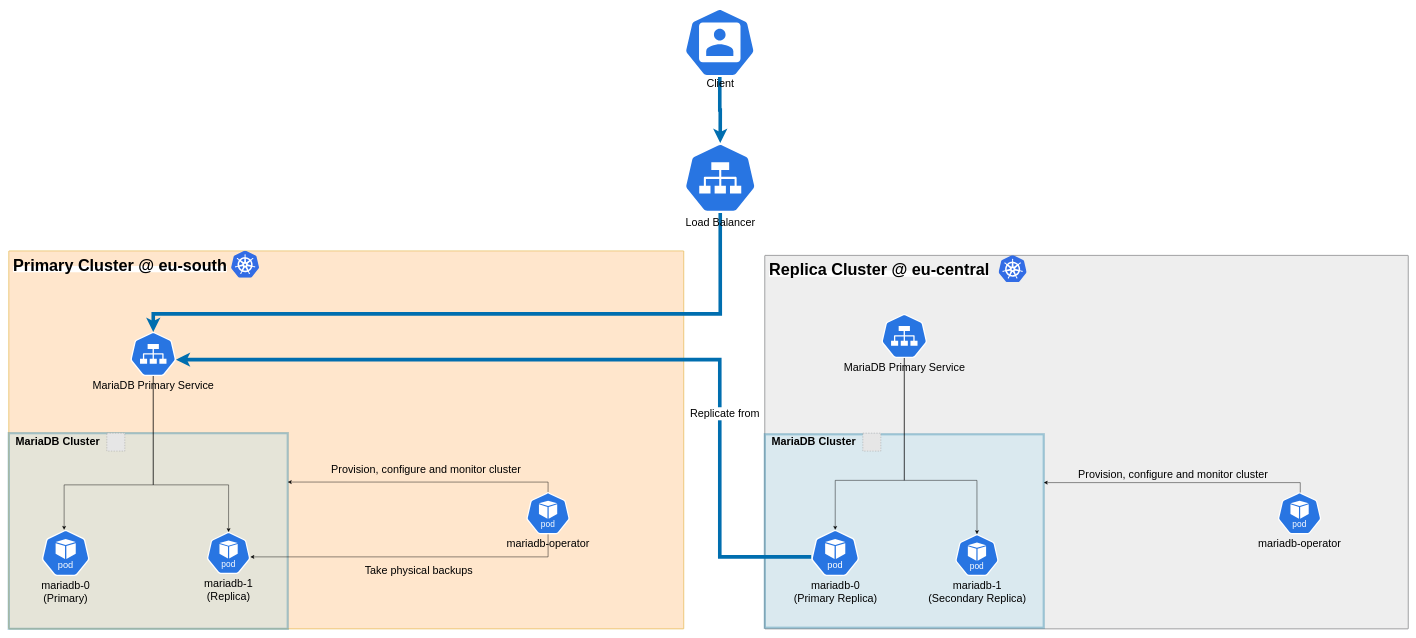
mariadb-operator/mariadb-operator keeps this draw.io diagram as demos/multi-cluster/slides/multi-cluster.drawio. Above is the earlier version. Source tidied: cells renumbered, new cells numbered last; positions are measured from the earlier drawing's top-left corner, leaving out a move shared by most shapes. Both pictures are drawn from the tidied source at 45%, with x=0, y=0 at pixel (9, 8). Pictures stored in the file or linked from it are replaced by grey dashed boxes.
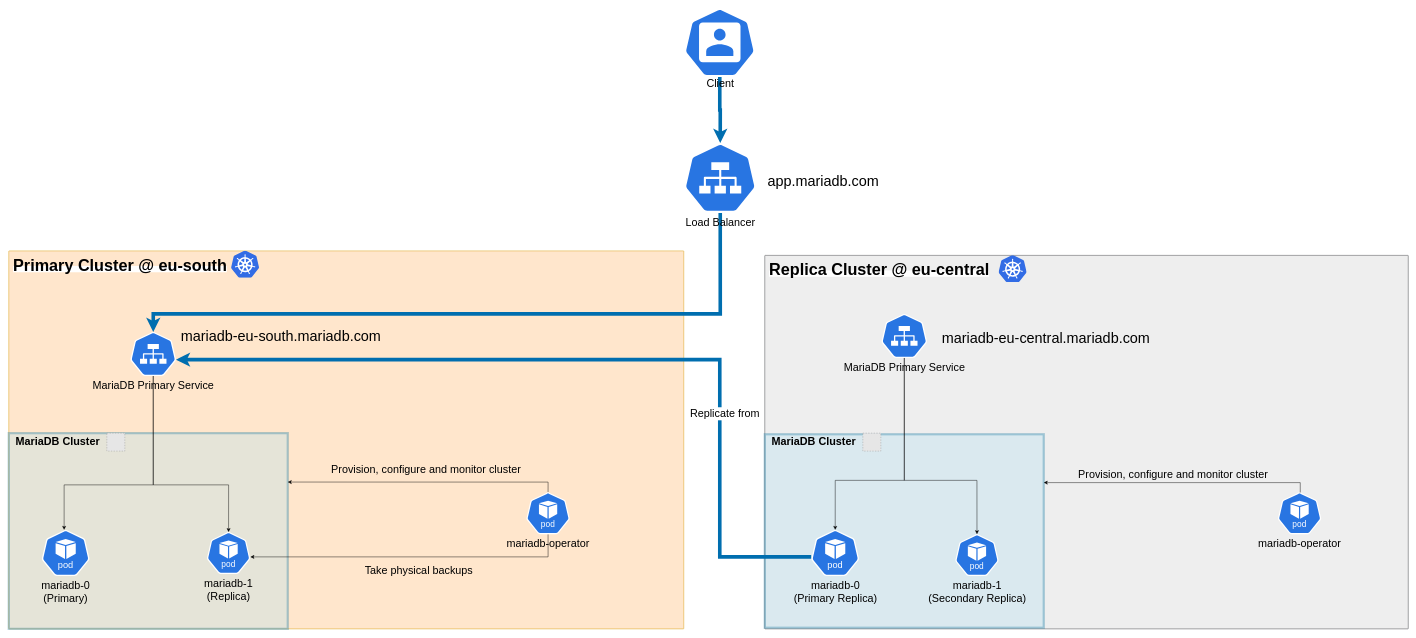
The same page after the edit.

What changed in the source:
```diff
@@
+    <mxCell id="37" value="mariadb-eu-south.mariadb.com" style="text;html=1;whiteSpace=wrap;strokeColor=none;fillColor=none;align=center;verticalAlign=middle;rounded=0;fontSize=32;" parent="1" vertex="1">
+      <mxGeometry x="361" y="714" width="487.9" height="30" as="geometry" />
+    </mxCell>
+    <mxCell id="38" value="mariadb-eu-central.mariadb.com" style="text;html=1;whiteSpace=wrap;strokeColor=none;fillColor=none;align=center;verticalAlign=middle;rounded=0;fontSize=32;" parent="1" vertex="1">
+      <mxGeometry x="2061" y="720" width="487.9" height="30" as="geometry" />
+    </mxCell>
+    <mxCell id="39" value="app.mariadb.com" style="text;html=1;whiteSpace=wrap;strokeColor=none;fillColor=none;align=center;verticalAlign=middle;rounded=0;fontSize=32;" parent="1" vertex="1">
+      <mxGeometry x="1680" y="370" width="260" height="30" as="geometry" />
+    </mxCell>
```
